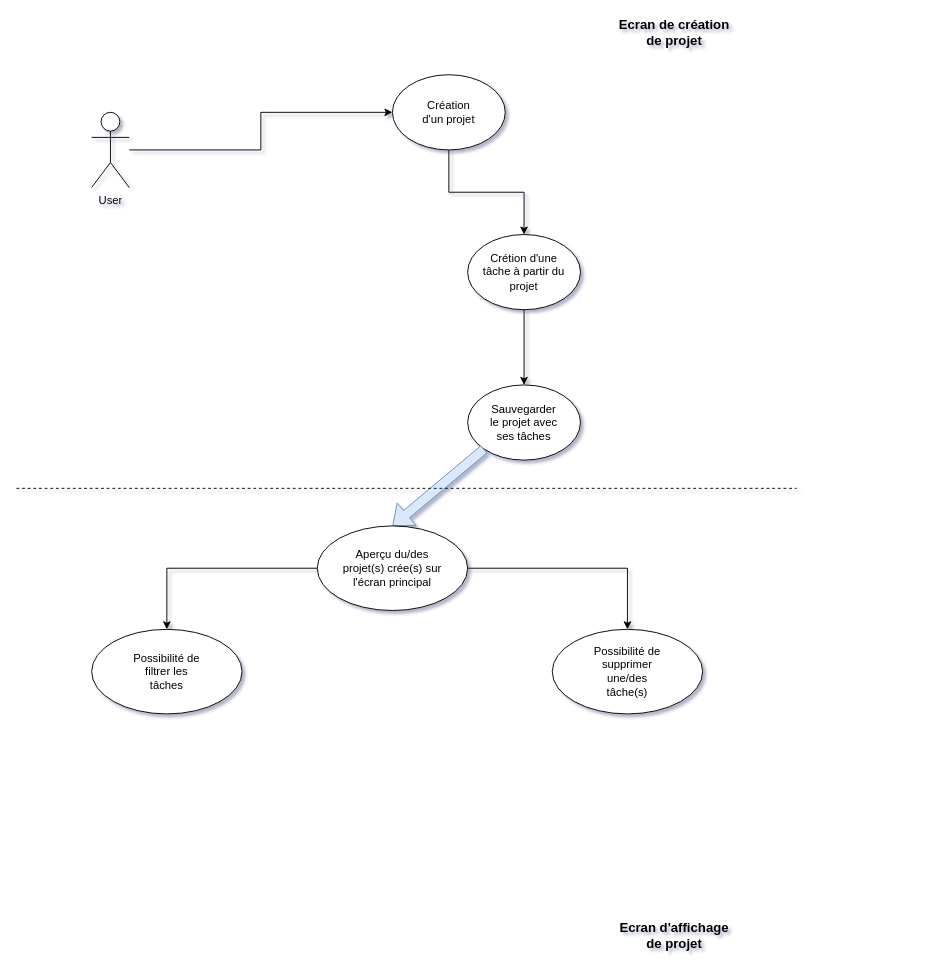
This is schemas_fonctionnalites/fonctionnalites.drawio from Luck-art/Projet_5_android, a draw.io file, before an edit. Source tidied: cells renumbered, new cells numbered last; positions are measured from the earlier drawing's top-left corner, leaving out a move shared by most shapes. Both pictures are drawn from the tidied source at 94%, with x=0, y=0 at pixel (16, 18).
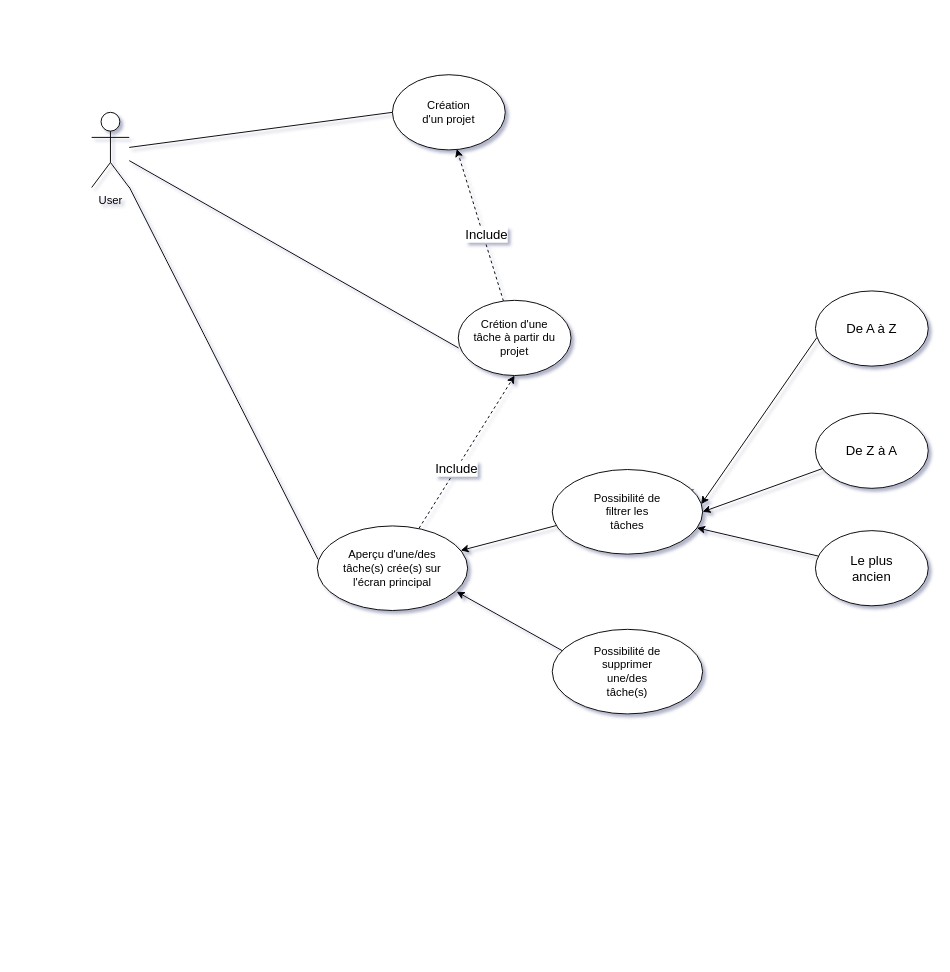
Above is the later version.

Unchanged cells that the change refers to:
```xml
<mxCell id="3" value="User&lt;br&gt;" style="shape=umlActor;verticalLabelPosition=bottom;verticalAlign=top;html=1;outlineConnect=0;" parent="1" vertex="1">
  <mxGeometry x="80" y="100" width="40" height="80" as="geometry" />
</mxCell>
<mxCell id="5" style="ellipse;whiteSpace=wrap;html=1;" parent="1" vertex="1">
  <mxGeometry x="400" y="60" width="120" height="80" as="geometry" />
</mxCell>
<mxCell id="15" style="ellipse;whiteSpace=wrap;html=1;" parent="1" vertex="1">
  <mxGeometry x="320" y="540" width="160" height="90" as="geometry" />
</mxCell>
<mxCell id="17" style="ellipse;whiteSpace=wrap;html=1;" parent="1" vertex="1">
  <mxGeometry x="570" y="650" width="160" height="90" as="geometry" />
</mxCell>
```

What changed in the source:
```diff
@@
-    <mxCell id="2" style="edgeStyle=orthogonalEdgeStyle;rounded=0;jettySize=auto;html=1;entryX=0;entryY=0.5;entryDx=0;entryDy=0;" parent="1" edge="1" source="3" target="5">
+    <mxCell id="2" style="rounded=0;jettySize=auto;html=1;entryX=0;entryY=0.5;entryDx=0;entryDy=0;endArrow=none;endFill=0;" parent="1" edge="1" source="3" target="5">
       <mxGeometry relative="1" as="geometry" />
     </mxCell>
+    <mxCell id="24" style="rounded=0;jettySize=auto;html=1;entryX=0.005;entryY=0.395;entryDx=0;entryDy=0;fontSize=14;entryPerimeter=0;endArrow=none;endFill=0;" parent="1" edge="1" source="3" target="15">
+      <mxGeometry relative="1" as="geometry" />
+    </mxCell>
+    <mxCell id="25" style="rounded=0;jettySize=auto;html=1;entryX=0.003;entryY=0.634;entryDx=0;entryDy=0;entryPerimeter=0;fontSize=14;endArrow=none;endFill=0;" parent="1" edge="1" source="3" target="8">
+      <mxGeometry relative="1" as="geometry" />
+    </mxCell>
@@
-    <mxCell id="4" style="edgeStyle=orthogonalEdgeStyle;rounded=0;jettySize=auto;html=1;" parent="1" edge="1" source="5" target="8">
+    <mxCell id="4" style="rounded=0;jettySize=auto;html=1;dashed=1;entryX=0.57;entryY=0.987;entryDx=0;entryDy=0;entryPerimeter=0;" parent="1" edge="1" source="8" target="5">
       <mxGeometry relative="1" as="geometry" />
     </mxCell>
+    <mxCell id="26" value="Include&lt;br&gt;" style="edgeLabel;html=1;align=center;verticalAlign=middle;fontSize=14;" parent="4" vertex="1">
+      <mxGeometry x="-0.13" y="-3" relative="1" as="geometry" />
+    </mxCell>
@@
-    <mxCell id="7" style="edgeStyle=orthogonalEdgeStyle;rounded=0;jettySize=auto;html=1;" parent="1" edge="1" source="8" target="10">
-      <mxGeometry relative="1" as="geometry" />
-    </mxCell>
     <mxCell id="8" style="ellipse;whiteSpace=wrap;html=1;" parent="1" vertex="1">
-      <mxGeometry x="480" y="230" width="120" height="80" as="geometry" />
+      <mxGeometry x="470" y="300" width="120" height="80" as="geometry" />
     </mxCell>
     <mxCell id="9" value="Crétion d'une tâche à partir du projet&lt;br&gt;" style="text;html=1;strokeColor=none;fillColor=none;align=center;verticalAlign=middle;whiteSpace=wrap;rounded=0;" parent="1" vertex="1">
-      <mxGeometry x="495" y="255" width="90" height="30" as="geometry" />
+      <mxGeometry x="485" y="325" width="90" height="30" as="geometry" />
     </mxCell>
-    <mxCell id="10" style="ellipse;whiteSpace=wrap;html=1;" parent="1" vertex="1">
-      <mxGeometry x="480" y="390" width="120" height="80" as="geometry" />
-    </mxCell>
-    <mxCell id="11" value="Sauvegarder le projet avec ses tâches" style="text;html=1;strokeColor=none;fillColor=none;align=center;verticalAlign=middle;whiteSpace=wrap;rounded=0;" parent="1" vertex="1">
-      <mxGeometry x="500" y="415" width="80" height="30" as="geometry" />
-    </mxCell>
-    <mxCell id="12" style="shape=flexArrow;endArrow=classic;html=1;rounded=0;exitX=0;exitY=1;exitDx=0;exitDy=0;fillColor=#dae8fc;strokeColor=#6c8ebf;" parent="1" edge="1" source="10">
-      <mxGeometry relative="1" as="geometry">
-        <mxPoint x="400" y="540" as="targetPoint" />
-      </mxGeometry>
-    </mxCell>
-    <mxCell id="13" style="edgeStyle=orthogonalEdgeStyle;rounded=0;jettySize=auto;html=1;" parent="1" edge="1" source="15" target="17">
+    <mxCell id="13" style="rounded=0;jettySize=auto;html=1;exitX=0.067;exitY=0.253;exitDx=0;exitDy=0;exitPerimeter=0;entryX=0.927;entryY=0.778;entryDx=0;entryDy=0;entryPerimeter=0;" parent="1" edge="1" source="17" target="15">
       <mxGeometry relative="1" as="geometry" />
     </mxCell>
-    <mxCell id="14" style="edgeStyle=orthogonalEdgeStyle;rounded=0;jettySize=auto;html=1;" parent="1" edge="1" source="15" target="19">
+    <mxCell id="14" style="rounded=0;jettySize=auto;html=1;exitX=0.94;exitY=0.238;exitDx=0;exitDy=0;exitPerimeter=0;" parent="1" edge="1" source="19" target="15">
       <mxGeometry relative="1" as="geometry" />
     </mxCell>
@@
-    <mxCell id="16" value="Aperçu du/des projet(s) crée(s) sur l'écran principal" style="text;html=1;strokeColor=none;fillColor=none;align=center;verticalAlign=middle;whiteSpace=wrap;rounded=0;" parent="1" vertex="1">
+    <mxCell id="16" value="Aperçu d'une/des tâche(s) crée(s) sur l'écran principal" style="text;html=1;strokeColor=none;fillColor=none;align=center;verticalAlign=middle;whiteSpace=wrap;rounded=0;" parent="1" vertex="1">
       <mxGeometry x="345" y="560" width="110" height="50" as="geometry" />
     </mxCell>
@@
     <mxCell id="19" style="ellipse;whiteSpace=wrap;html=1;" parent="1" vertex="1">
-      <mxGeometry x="80" y="650" width="160" height="90" as="geometry" />
+      <mxGeometry x="570" y="480" width="160" height="90" as="geometry" />
     </mxCell>
     <mxCell id="20" value="Possibilité de filtrer les tâches" style="text;html=1;strokeColor=none;fillColor=none;align=center;verticalAlign=middle;whiteSpace=wrap;rounded=0;" parent="1" vertex="1">
-      <mxGeometry x="120" y="680" width="80" height="30" as="geometry" />
+      <mxGeometry x="610" y="510" width="80" height="30" as="geometry" />
     </mxCell>
-    <mxCell id="21" style="endArrow=none;dashed=1;html=1;rounded=0;" parent="1" edge="1">
-      <mxGeometry relative="1" as="geometry">
-        <mxPoint y="500" as="sourcePoint" />
-        <mxPoint x="830" y="500" as="targetPoint" />
-      </mxGeometry>
-    </mxCell>
-    <mxCell id="22" value="&lt;b&gt;&lt;font style=&quot;font-size: 14px;&quot;&gt;Ecran de création de projet&lt;/font&gt;&lt;/b&gt;" style="text;html=1;strokeColor=none;fillColor=none;align=center;verticalAlign=middle;whiteSpace=wrap;rounded=0;" parent="1" vertex="1">
-      <mxGeometry x="640" width="120" height="30" as="geometry" />
-    </mxCell>
-    <mxCell id="23" value="&lt;b&gt;&lt;font style=&quot;font-size: 14px;&quot;&gt;Ecran d'affichage de projet&lt;/font&gt;&lt;/b&gt;" style="text;html=1;strokeColor=none;fillColor=none;align=center;verticalAlign=middle;whiteSpace=wrap;rounded=0;" parent="1" vertex="1">
-      <mxGeometry x="640" y="960" width="120" height="30" as="geometry" />
-    </mxCell>
+    <mxCell id="27" style="rounded=0;jettySize=auto;html=1;dashed=1;entryX=0.5;entryY=1;entryDx=0;entryDy=0;exitX=0.677;exitY=0.027;exitDx=0;exitDy=0;exitPerimeter=0;" parent="1" edge="1" source="15" target="8">
+      <mxGeometry relative="1" as="geometry" />
+    </mxCell>
+    <mxCell id="28" value="Include" style="edgeLabel;html=1;align=center;verticalAlign=middle;fontSize=14;" parent="27" vertex="1">
+      <mxGeometry x="-0.22" y="1" relative="1" as="geometry" />
+    </mxCell>
+    <mxCell id="29" style="endArrow=classic;html=1;rounded=0;fontSize=14;entryX=0.99;entryY=0.41;entryDx=0;entryDy=0;entryPerimeter=0;exitX=0.012;exitY=0.621;exitDx=0;exitDy=0;exitPerimeter=0;" parent="1" edge="1" source="30" target="19">
+      <mxGeometry relative="1" as="geometry" />
+    </mxCell>
+    <mxCell id="30" style="ellipse;whiteSpace=wrap;html=1;fontSize=14;" parent="1" vertex="1">
+      <mxGeometry x="850" y="290" width="120" height="80" as="geometry" />
+    </mxCell>
+    <mxCell id="31" style="ellipse;whiteSpace=wrap;html=1;fontSize=14;" parent="1" vertex="1">
+      <mxGeometry x="850" y="420" width="120" height="80" as="geometry" />
+    </mxCell>
+    <mxCell id="32" style="ellipse;whiteSpace=wrap;html=1;fontSize=14;" parent="1" vertex="1">
+      <mxGeometry x="850" y="545" width="120" height="80" as="geometry" />
+    </mxCell>
+    <mxCell id="33" style="endArrow=classic;html=1;rounded=0;fontSize=14;entryX=1;entryY=0.5;entryDx=0;entryDy=0;" parent="1" edge="1" source="31" target="19">
+      <mxGeometry relative="1" as="geometry" />
+    </mxCell>
+    <mxCell id="34" style="endArrow=classic;html=1;rounded=0;fontSize=14;" parent="1" edge="1" source="32" target="19">
+      <mxGeometry relative="1" as="geometry" />
+    </mxCell>
+    <mxCell id="35" value="De A à Z" style="text;html=1;strokeColor=none;fillColor=none;align=center;verticalAlign=middle;whiteSpace=wrap;rounded=0;fontSize=14;" parent="1" vertex="1">
+      <mxGeometry x="880" y="315" width="60" height="30" as="geometry" />
+    </mxCell>
+    <mxCell id="36" value="De Z à A" style="text;html=1;strokeColor=none;fillColor=none;align=center;verticalAlign=middle;whiteSpace=wrap;rounded=0;fontSize=14;" parent="1" vertex="1">
+      <mxGeometry x="880" y="445" width="60" height="30" as="geometry" />
+    </mxCell>
+    <mxCell id="37" value="Le plus ancien" style="text;html=1;strokeColor=none;fillColor=none;align=center;verticalAlign=middle;whiteSpace=wrap;rounded=0;fontSize=14;" parent="1" vertex="1">
+      <mxGeometry x="880" y="570" width="60" height="30" as="geometry" />
+    </mxCell>
```
